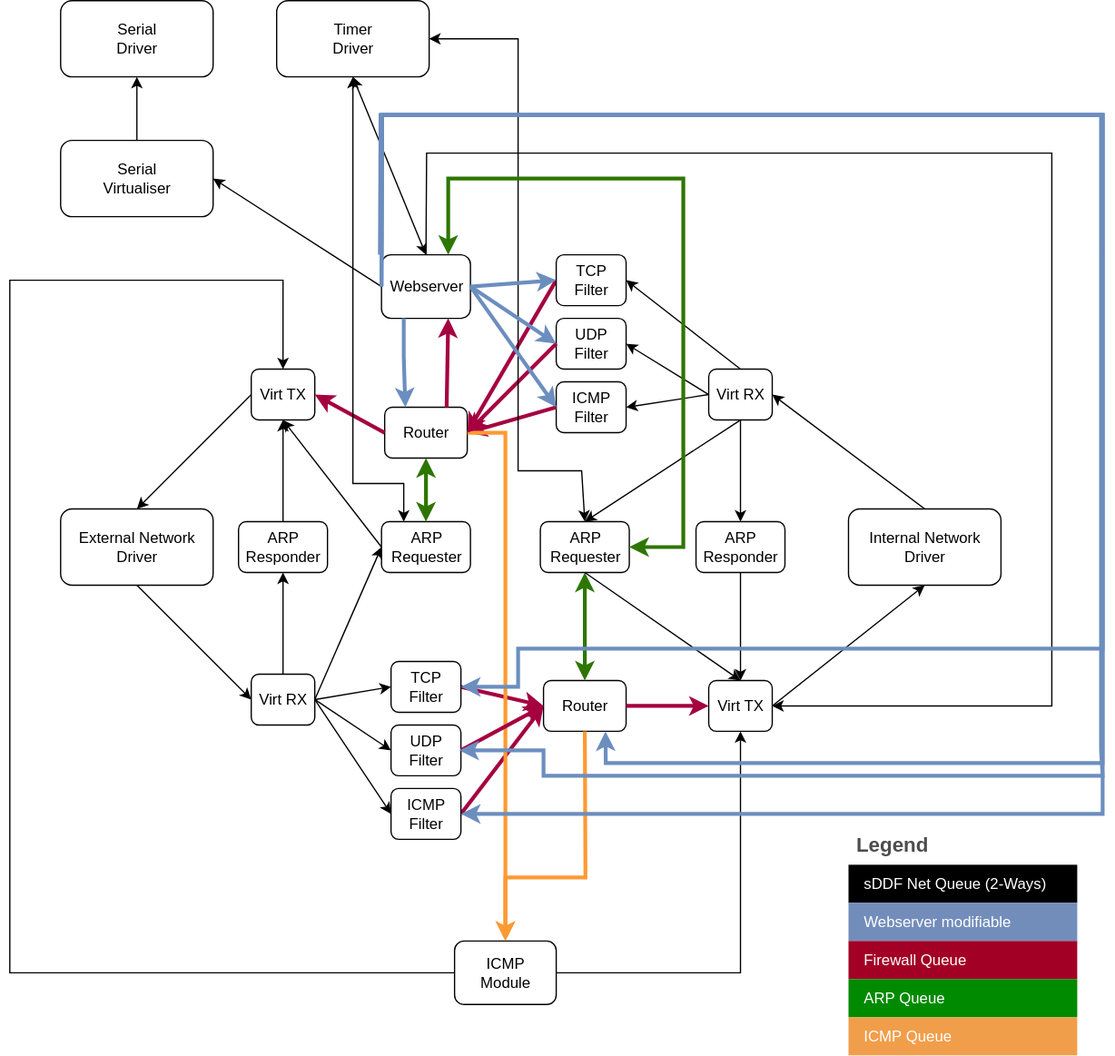
The draw.io diagram static/firewall.svg in au-ts/lionsos.org, before a commit. Source tidied: cells renumbered, new cells last; positions are measured from the earlier drawing's top-left corner, leaving out a move shared by most shapes.
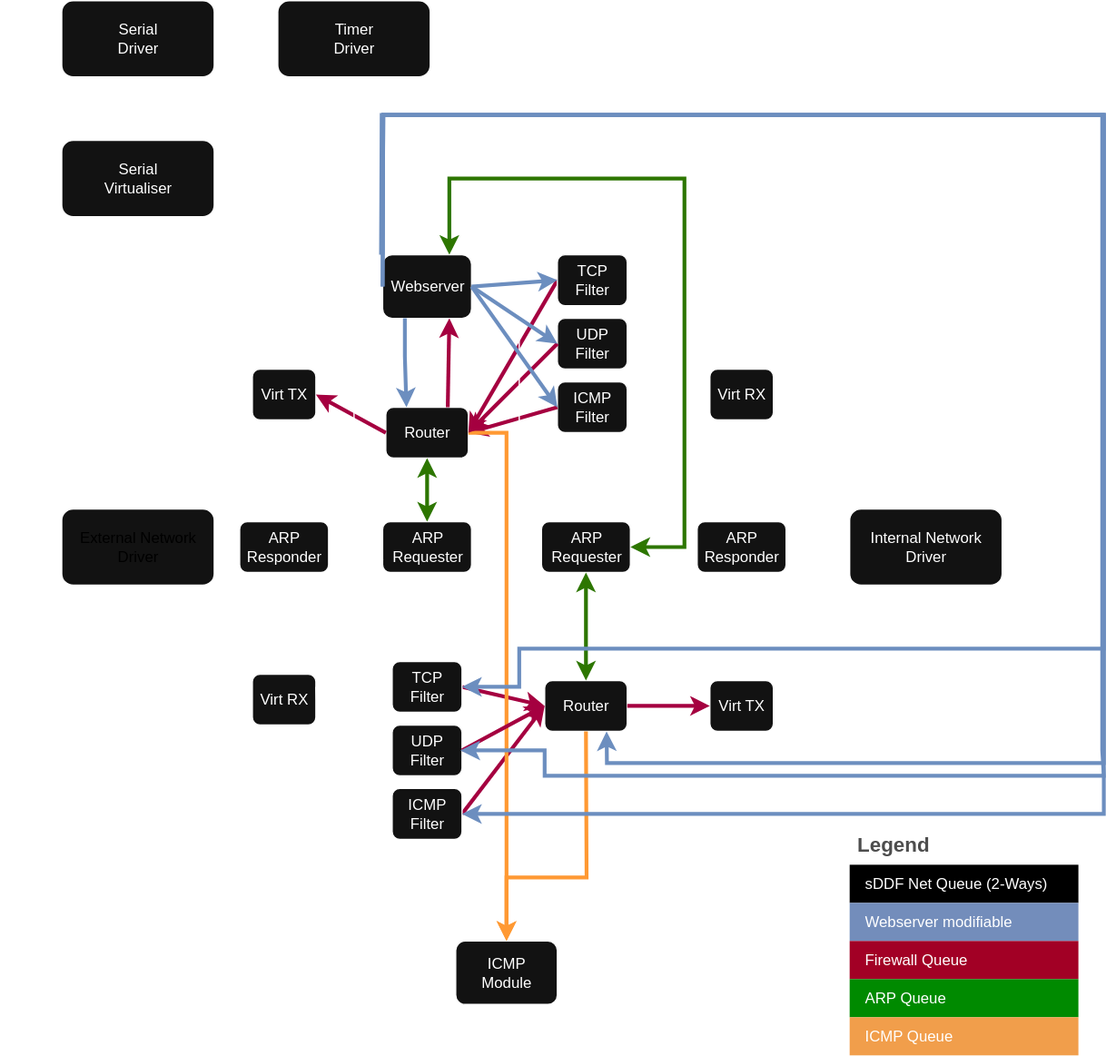
Above is the later version.

Commit message:
Fix light/dark mode of firewall images & arrow direction

Change to the diagram source:
```diff
@@ -29,13 +29,13 @@
     <mxCell id="10" value="Webserver" style="rounded=1;whiteSpace=wrap;html=1;" parent="1" vertex="1">
       <mxGeometry x="292.5" y="200" width="70" height="50" as="geometry" />
     </mxCell>
-    <mxCell id="11" style="endArrow=classic;html=1;rounded=0;exitX=0.5;exitY=1;exitDx=0;exitDy=0;entryX=0;entryY=0.5;entryDx=0;entryDy=0;" parent="1" edge="1" source="2" target="6">
+    <mxCell id="11" style="endArrow=classic;html=1;rounded=0;exitX=0.5;exitY=1;exitDx=0;exitDy=0;entryX=0;entryY=0.5;entryDx=0;entryDy=0;startArrow=classic;startFill=1;" parent="1" edge="1" source="2" target="6">
       <mxGeometry relative="1" as="geometry" />
     </mxCell>
-    <mxCell id="12" style="endArrow=classic;html=1;rounded=0;exitX=1;exitY=0.5;exitDx=0;exitDy=0;entryX=0;entryY=0.5;entryDx=0;entryDy=0;" parent="1" edge="1" source="6" target="54">
+    <mxCell id="12" style="endArrow=classic;html=1;rounded=0;exitX=1;exitY=0.5;exitDx=0;exitDy=0;entryX=0;entryY=0.5;entryDx=0;entryDy=0;startArrow=classic;startFill=1;" parent="1" edge="1" source="6" target="54">
       <mxGeometry relative="1" as="geometry" />
     </mxCell>
-    <mxCell id="13" style="endArrow=classic;html=1;rounded=0;exitX=1;exitY=0.5;exitDx=0;exitDy=0;entryX=0;entryY=0.5;entryDx=0;entryDy=0;" parent="1" edge="1" source="6" target="52">
+    <mxCell id="13" style="endArrow=classic;html=1;rounded=0;exitX=1;exitY=0.5;exitDx=0;exitDy=0;entryX=0;entryY=0.5;entryDx=0;entryDy=0;startArrow=classic;startFill=1;" parent="1" edge="1" source="6" target="52">
       <mxGeometry relative="1" as="geometry" />
     </mxCell>
     <mxCell id="14" style="endArrow=classic;html=1;rounded=0;exitX=1;exitY=0.5;exitDx=0;exitDy=0;entryX=0;entryY=0.5;entryDx=0;entryDy=0;fillColor=#d80073;strokeColor=#A50040;strokeWidth=3;" parent="1" edge="1" source="52" target="8">
@@ -47,16 +47,16 @@
     <mxCell id="16" style="endArrow=classic;html=1;rounded=0;exitX=1;exitY=0.5;exitDx=0;exitDy=0;entryX=0;entryY=0.5;entryDx=0;entryDy=0;fillColor=#d80073;strokeColor=#A50040;strokeWidth=3;" parent="1" edge="1" source="8" target="5">
       <mxGeometry relative="1" as="geometry" />
     </mxCell>
-    <mxCell id="17" style="endArrow=classic;html=1;rounded=0;exitX=1;exitY=0.5;exitDx=0;exitDy=0;entryX=0.5;entryY=1;entryDx=0;entryDy=0;" parent="1" edge="1" source="5" target="3">
+    <mxCell id="17" style="endArrow=classic;html=1;rounded=0;exitX=1;exitY=0.5;exitDx=0;exitDy=0;entryX=0.5;entryY=1;entryDx=0;entryDy=0;startArrow=classic;startFill=1;" parent="1" edge="1" source="5" target="3">
       <mxGeometry relative="1" as="geometry" />
     </mxCell>
     <mxCell id="18" value="&lt;div&gt;ARP&lt;/div&gt;&lt;div&gt;Responder&lt;/div&gt;" style="rounded=1;whiteSpace=wrap;html=1;" parent="1" vertex="1">
       <mxGeometry x="180" y="410" width="70" height="40" as="geometry" />
     </mxCell>
-    <mxCell id="19" style="endArrow=classic;html=1;rounded=0;exitX=0.5;exitY=0;exitDx=0;exitDy=0;entryX=0.5;entryY=1;entryDx=0;entryDy=0;" parent="1" edge="1" source="18" target="4">
+    <mxCell id="19" style="endArrow=classic;html=1;rounded=0;exitX=0.5;exitY=0;exitDx=0;exitDy=0;entryX=0.5;entryY=1;entryDx=0;entryDy=0;startArrow=classic;startFill=1;" parent="1" edge="1" source="18" target="4">
       <mxGeometry relative="1" as="geometry" />
     </mxCell>
-    <mxCell id="20" style="endArrow=classic;html=1;rounded=0;exitX=0;exitY=0.5;exitDx=0;exitDy=0;entryX=0.5;entryY=0;entryDx=0;entryDy=0;" parent="1" edge="1" source="4" target="2">
+    <mxCell id="20" style="endArrow=classic;html=1;rounded=0;exitX=0.5;exitY=1;exitDx=0;exitDy=0;entryX=0.5;entryY=0;entryDx=0;entryDy=0;startArrow=classic;startFill=1;" parent="1" edge="1" source="4" target="2">
       <mxGeometry relative="1" as="geometry" />
     </mxCell>
     <mxCell id="21" value="&lt;div&gt;ARP&lt;/div&gt;&lt;div&gt;Responder&lt;/div&gt;" style="rounded=1;whiteSpace=wrap;html=1;" parent="1" vertex="1">
@@ -65,25 +65,25 @@
     <mxCell id="22" value="&lt;div&gt;ARP&lt;/div&gt;&lt;div&gt;Requester&lt;/div&gt;" style="rounded=1;whiteSpace=wrap;html=1;" parent="1" vertex="1">
       <mxGeometry x="417.5" y="410" width="70" height="40" as="geometry" />
     </mxCell>
-    <mxCell id="23" style="endArrow=classic;html=1;rounded=0;exitX=0.5;exitY=0;exitDx=0;exitDy=0;entryX=0.5;entryY=1;entryDx=0;entryDy=0;" parent="1" edge="1" source="6" target="18">
+    <mxCell id="23" style="endArrow=classic;html=1;rounded=0;exitX=0.5;exitY=0;exitDx=0;exitDy=0;entryX=0.5;entryY=1;entryDx=0;entryDy=0;startArrow=classic;startFill=1;" parent="1" edge="1" source="6" target="18">
       <mxGeometry relative="1" as="geometry" />
     </mxCell>
     <mxCell id="24" style="endArrow=classic;startArrow=classic;html=1;rounded=0;entryX=0.5;entryY=1;entryDx=0;entryDy=0;exitX=0.5;exitY=0;exitDx=0;exitDy=0;fillColor=#60a917;strokeColor=#2D7600;strokeWidth=3;" parent="1" edge="1" source="8" target="22">
       <mxGeometry relative="1" as="geometry" />
     </mxCell>
-    <mxCell id="25" style="endArrow=classic;html=1;rounded=0;exitX=0.5;exitY=1;exitDx=0;exitDy=0;entryX=0.5;entryY=0;entryDx=0;entryDy=0;" parent="1" edge="1" source="22" target="5">
+    <mxCell id="25" style="endArrow=classic;html=1;rounded=0;exitX=0.75;exitY=1;exitDx=0;exitDy=0;entryX=0.5;entryY=0;entryDx=0;entryDy=0;startArrow=classic;startFill=1;" parent="1" edge="1" source="22" target="5">
       <mxGeometry relative="1" as="geometry" />
     </mxCell>
-    <mxCell id="26" style="endArrow=classic;html=1;rounded=0;exitX=0.5;exitY=1;exitDx=0;exitDy=0;entryX=0.5;entryY=0;entryDx=0;entryDy=0;" parent="1" edge="1" source="7" target="22">
+    <mxCell id="26" style="endArrow=classic;html=1;rounded=0;exitX=0.5;exitY=1;exitDx=0;exitDy=0;entryX=0.5;entryY=0;entryDx=0;entryDy=0;startArrow=classic;startFill=1;" parent="1" edge="1" source="7" target="22">
       <mxGeometry relative="1" as="geometry" />
     </mxCell>
-    <mxCell id="27" style="endArrow=classic;html=1;rounded=0;exitX=0.5;exitY=0;exitDx=0;exitDy=0;entryX=1;entryY=0.5;entryDx=0;entryDy=0;" parent="1" edge="1" source="3" target="7">
+    <mxCell id="27" style="endArrow=classic;html=1;rounded=0;exitX=0.5;exitY=0;exitDx=0;exitDy=0;entryX=0.5;entryY=1;entryDx=0;entryDy=0;startArrow=classic;startFill=1;" parent="1" edge="1" source="3" target="7">
       <mxGeometry relative="1" as="geometry" />
     </mxCell>
-    <mxCell id="28" style="endArrow=classic;html=1;rounded=0;exitX=0.5;exitY=1;exitDx=0;exitDy=0;entryX=0.5;entryY=0;entryDx=0;entryDy=0;" parent="1" edge="1" source="7" target="21">
+    <mxCell id="28" style="endArrow=classic;html=1;rounded=0;exitX=0.5;exitY=1;exitDx=0;exitDy=0;entryX=0.5;entryY=0;entryDx=0;entryDy=0;startArrow=classic;startFill=1;" parent="1" edge="1" source="7" target="21">
       <mxGeometry relative="1" as="geometry" />
     </mxCell>
-    <mxCell id="29" style="endArrow=classic;html=1;rounded=0;exitX=0.5;exitY=1;exitDx=0;exitDy=0;entryX=0.5;entryY=0;entryDx=0;entryDy=0;" parent="1" edge="1" source="21" target="5">
+    <mxCell id="29" style="endArrow=classic;html=1;rounded=0;exitX=0.5;exitY=1;exitDx=0;exitDy=0;entryX=0.5;entryY=0;entryDx=0;entryDy=0;startArrow=classic;startFill=1;" parent="1" edge="1" source="21" target="5">
       <mxGeometry relative="1" as="geometry" />
     </mxCell>
     <mxCell id="30" value="&lt;div&gt;ARP&lt;/div&gt;&lt;div&gt;Requester&lt;/div&gt;" style="rounded=1;whiteSpace=wrap;html=1;" parent="1" vertex="1">
@@ -92,10 +92,10 @@
     <mxCell id="31" value="&lt;div&gt;ICMP&lt;/div&gt;&lt;div&gt;Filter&lt;/div&gt;" style="rounded=1;whiteSpace=wrap;html=1;" parent="1" vertex="1">
       <mxGeometry x="430" y="300" width="55" height="40" as="geometry" />
     </mxCell>
-    <mxCell id="32" style="endArrow=classic;html=1;rounded=0;exitX=0.5;exitY=0;exitDx=0;exitDy=0;entryX=1;entryY=0.5;entryDx=0;entryDy=0;" parent="1" edge="1" source="7" target="49">
+    <mxCell id="32" style="endArrow=classic;html=1;rounded=0;exitX=0;exitY=0.5;exitDx=0;exitDy=0;entryX=1;entryY=0.5;entryDx=0;entryDy=0;startArrow=classic;startFill=1;" parent="1" edge="1" source="7" target="49">
       <mxGeometry relative="1" as="geometry" />
     </mxCell>
-    <mxCell id="33" style="endArrow=classic;html=1;rounded=0;entryX=1;entryY=0.5;entryDx=0;entryDy=0;exitX=0;exitY=0.5;exitDx=0;exitDy=0;" parent="1" edge="1" source="7" target="31">
+    <mxCell id="33" style="endArrow=classic;html=1;rounded=0;entryX=1;entryY=0.5;entryDx=0;entryDy=0;exitX=0;exitY=0.5;exitDx=0;exitDy=0;startArrow=classic;startFill=1;" parent="1" edge="1" source="7" target="31">
       <mxGeometry relative="1" as="geometry" />
     </mxCell>
     <mxCell id="34" style="endArrow=classic;html=1;rounded=0;exitX=0;exitY=0.5;exitDx=0;exitDy=0;entryX=1;entryY=0.5;entryDx=0;entryDy=0;fillColor=#d80073;strokeColor=#A50040;strokeWidth=3;" parent="1" edge="1" source="31" target="9">
@@ -107,10 +107,10 @@
     <mxCell id="36" style="endArrow=classic;html=1;rounded=0;exitX=0;exitY=0.5;exitDx=0;exitDy=0;entryX=1;entryY=0.5;entryDx=0;entryDy=0;fillColor=#d80073;strokeColor=#A50040;strokeWidth=3;" parent="1" edge="1" source="9" target="4">
       <mxGeometry relative="1" as="geometry" />
     </mxCell>
-    <mxCell id="37" style="endArrow=classic;html=1;rounded=0;exitX=0;exitY=0.5;exitDx=0;exitDy=0;entryX=0.5;entryY=1;entryDx=0;entryDy=0;" parent="1" edge="1" source="30" target="4">
+    <mxCell id="37" style="endArrow=classic;html=1;rounded=0;exitX=0;exitY=0.5;exitDx=0;exitDy=0;entryX=0.5;entryY=1;entryDx=0;entryDy=0;startArrow=classic;startFill=1;" parent="1" edge="1" source="30" target="4">
       <mxGeometry relative="1" as="geometry" />
     </mxCell>
-    <mxCell id="38" style="endArrow=classic;html=1;rounded=0;exitX=1;exitY=0.5;exitDx=0;exitDy=0;entryX=0;entryY=0.5;entryDx=0;entryDy=0;" parent="1" edge="1" source="6" target="30">
+    <mxCell id="38" style="endArrow=classic;html=1;rounded=0;exitX=1;exitY=0.5;exitDx=0;exitDy=0;entryX=0;entryY=0.5;entryDx=0;entryDy=0;startArrow=classic;startFill=1;" parent="1" edge="1" source="6" target="30">
       <mxGeometry relative="1" as="geometry" />
     </mxCell>
     <mxCell id="39" style="endArrow=classic;startArrow=classic;html=1;rounded=0;entryX=0.5;entryY=1;entryDx=0;entryDy=0;fillColor=#60a917;strokeColor=#2D7600;strokeWidth=3;" parent="1" edge="1" source="30" target="9">
@@ -143,14 +143,14 @@
         </Array>
       </mxGeometry>
     </mxCell>
-    <mxCell id="44" style="endArrow=classic;html=1;rounded=0;exitX=1;exitY=0.5;exitDx=0;exitDy=0;entryX=0.5;entryY=1;entryDx=0;entryDy=0;" parent="1" edge="1" source="41" target="5">
+    <mxCell id="44" style="endArrow=classic;html=1;rounded=0;exitX=1;exitY=0.5;exitDx=0;exitDy=0;entryX=0.5;entryY=1;entryDx=0;entryDy=0;startArrow=classic;startFill=1;" parent="1" edge="1" source="41" target="5">
       <mxGeometry relative="1" as="geometry">
         <Array as="points">
           <mxPoint x="575" y="765" />
         </Array>
       </mxGeometry>
     </mxCell>
-    <mxCell id="45" style="endArrow=classic;html=1;rounded=0;exitX=0;exitY=0.5;exitDx=0;exitDy=0;entryX=0.5;entryY=0;entryDx=0;entryDy=0;" parent="1" edge="1" source="41" target="4">
+    <mxCell id="45" style="endArrow=classic;html=1;rounded=0;exitX=0;exitY=0.5;exitDx=0;exitDy=0;entryX=0.5;entryY=0;entryDx=0;entryDy=0;startArrow=classic;startFill=1;" parent="1" edge="1" source="41" target="4">
       <mxGeometry relative="1" as="geometry">
         <Array as="points">
           <mxPoint y="765" />
@@ -171,7 +171,7 @@
     <mxCell id="49" value="&lt;div&gt;TCP&lt;/div&gt;&lt;div&gt;Filter&lt;/div&gt;" style="rounded=1;whiteSpace=wrap;html=1;" parent="1" vertex="1">
       <mxGeometry x="430" y="200" width="55" height="40" as="geometry" />
     </mxCell>
-    <mxCell id="50" style="endArrow=classic;html=1;rounded=0;exitX=0;exitY=0.5;exitDx=0;exitDy=0;entryX=1;entryY=0.5;entryDx=0;entryDy=0;" parent="1" edge="1" source="7" target="48">
+    <mxCell id="50" style="endArrow=classic;html=1;rounded=0;exitX=0;exitY=0.5;exitDx=0;exitDy=0;entryX=1;entryY=0.5;entryDx=0;entryDy=0;startArrow=classic;startFill=1;" parent="1" edge="1" source="7" target="48">
       <mxGeometry relative="1" as="geometry" />
     </mxCell>
     <mxCell id="51" style="endArrow=classic;html=1;rounded=0;exitX=0;exitY=0.5;exitDx=0;exitDy=0;entryX=1;entryY=0.5;entryDx=0;entryDy=0;fillColor=#d80073;strokeColor=#A50040;strokeWidth=3;" parent="1" edge="1" source="48" target="9">
@@ -186,7 +186,7 @@
     <mxCell id="54" value="&lt;div&gt;TCP&lt;/div&gt;&lt;div&gt;Filter&lt;/div&gt;" style="rounded=1;whiteSpace=wrap;html=1;" parent="1" vertex="1">
       <mxGeometry x="300" y="520" width="55" height="40" as="geometry" />
     </mxCell>
-    <mxCell id="55" style="endArrow=classic;html=1;rounded=0;exitX=1;exitY=0.5;exitDx=0;exitDy=0;entryX=0;entryY=0.5;entryDx=0;entryDy=0;" parent="1" edge="1" source="6" target="53">
+    <mxCell id="55" style="endArrow=classic;html=1;rounded=0;exitX=1;exitY=0.5;exitDx=0;exitDy=0;entryX=0;entryY=0.5;entryDx=0;entryDy=0;startArrow=classic;startFill=1;" parent="1" edge="1" source="6" target="53">
       <mxGeometry relative="1" as="geometry" />
     </mxCell>
     <mxCell id="56" style="endArrow=classic;html=1;rounded=0;exitX=1;exitY=0.5;exitDx=0;exitDy=0;entryX=0;entryY=0.5;entryDx=0;entryDy=0;fillColor=#d80073;strokeColor=#A50040;strokeWidth=3;" parent="1" edge="1" source="53" target="8">
@@ -198,7 +198,7 @@
     <mxCell id="58" style="endArrow=classic;startArrow=classic;html=1;rounded=0;exitX=0.5;exitY=1;exitDx=0;exitDy=0;entryX=0.5;entryY=0;entryDx=0;entryDy=0;" parent="1" edge="1" source="57" target="10">
       <mxGeometry relative="1" as="geometry" />
     </mxCell>
-    <mxCell id="59" style="endArrow=classic;startArrow=classic;html=1;rounded=0;exitX=0.25;exitY=0;exitDx=0;exitDy=0;entryX=0.5;entryY=1;entryDx=0;entryDy=0;" parent="1" edge="1" source="30" target="57">
+    <mxCell id="59" style="endArrow=classic;startArrow=classic;html=1;rounded=0;exitX=0.25;exitY=0;exitDx=0;exitDy=0;entryX=0.5;entryY=1;entryDx=0;entryDy=0;startFill=1;" parent="1" edge="1" source="30" target="57">
       <mxGeometry relative="1" as="geometry">
         <Array as="points">
           <mxPoint x="310" y="380" />
@@ -206,10 +206,10 @@
         </Array>
       </mxGeometry>
     </mxCell>
-    <mxCell id="60" style="endArrow=classic;startArrow=classic;html=1;rounded=0;exitX=0.5;exitY=0;exitDx=0;exitDy=0;entryX=1;entryY=0.5;entryDx=0;entryDy=0;" parent="1" edge="1" source="22" target="57">
+    <mxCell id="60" style="endArrow=classic;startArrow=classic;html=1;rounded=0;exitX=0.25;exitY=0;exitDx=0;exitDy=0;entryX=1;entryY=0.5;entryDx=0;entryDy=0;startFill=1;" parent="1" edge="1" source="22" target="57">
       <mxGeometry relative="1" as="geometry">
         <Array as="points">
-          <mxPoint x="450" y="370" />
+          <mxPoint x="435" y="370" />
           <mxPoint x="400" y="370" />
           <mxPoint x="400" y="30" />
         </Array>
```
